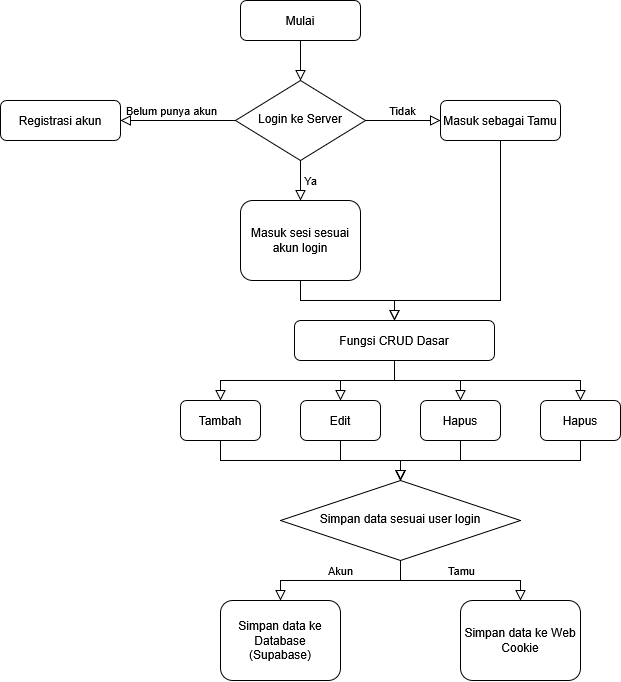
shoukelp/todo-app keeps this draw.io diagram as docs/flowchart.png. Above is the earlier version. Source tidied: cells renumbered, new cells last; positions are measured from the earlier drawing's top-left corner, leaving out a move shared by most shapes.
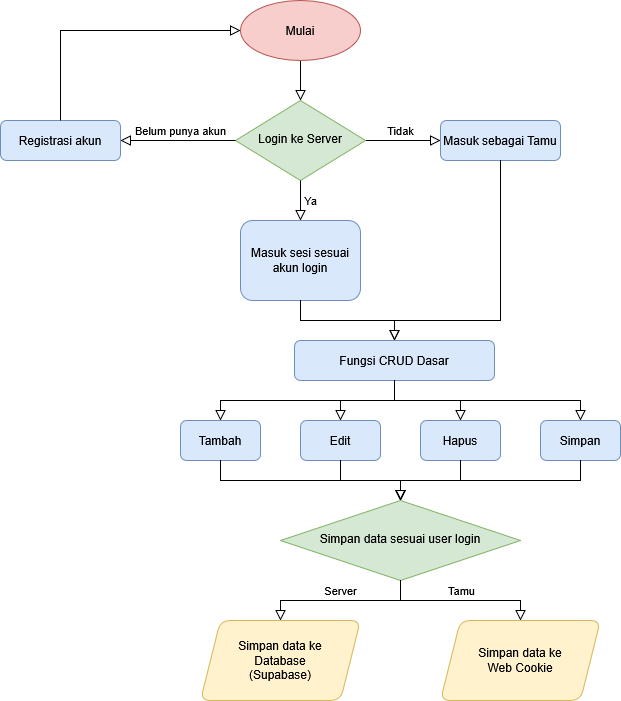
After the commit.

Change to the diagram source:
```diff
@@ -5,37 +5,34 @@
     <mxCell id="2" style="rounded=0;html=1;jettySize=auto;fontSize=11;endArrow=block;endFill=0;endSize=8;strokeWidth=1;shadow=0;labelBackgroundColor=none;edgeStyle=orthogonalEdgeStyle;" parent="1" edge="1" source="3" target="5">
       <mxGeometry relative="1" as="geometry" />
     </mxCell>
-    <mxCell id="3" value="Mulai" style="rounded=1;whiteSpace=wrap;html=1;fontSize=12;glass=0;strokeWidth=1;shadow=0;" parent="1" vertex="1">
-      <mxGeometry x="240" width="120" height="40" as="geometry" />
-    </mxCell>
     <mxCell id="4" value="Tidak" style="edgeStyle=orthogonalEdgeStyle;rounded=0;html=1;jettySize=auto;fontSize=11;endArrow=block;endFill=0;endSize=8;strokeWidth=1;shadow=0;labelBackgroundColor=none;" parent="1" edge="1" source="5" target="6">
-      <mxGeometry x="0.01" y="10" relative="1" as="geometry" />
+      <mxGeometry x="-0.07" y="10" relative="1" as="geometry" />
     </mxCell>
-    <mxCell id="5" value="Login ke Server" style="rhombus;whiteSpace=wrap;html=1;shadow=0;fontFamily=Helvetica;fontSize=12;align=center;strokeWidth=1;spacing=6;spacingTop=-4;" parent="1" vertex="1">
+    <mxCell id="5" value="Login ke Server" style="rhombus;whiteSpace=wrap;html=1;shadow=0;fontFamily=Helvetica;fontSize=12;align=center;strokeWidth=1;spacing=6;spacingTop=-4;fillColor=#d5e8d4;strokeColor=#82b366;" parent="1" vertex="1">
       <mxGeometry x="235" y="80" width="130" height="80" as="geometry" />
     </mxCell>
-    <mxCell id="6" value="Masuk sebagai Tamu" style="rounded=1;whiteSpace=wrap;html=1;fontSize=12;glass=0;strokeWidth=1;shadow=0;" parent="1" vertex="1">
+    <mxCell id="6" value="Masuk sebagai Tamu" style="rounded=1;whiteSpace=wrap;html=1;fontSize=12;glass=0;strokeWidth=1;shadow=0;fillColor=#dae8fc;strokeColor=#6c8ebf;" parent="1" vertex="1">
       <mxGeometry x="440" y="100" width="120" height="40" as="geometry" />
     </mxCell>
-    <mxCell id="7" value="Masuk sesi sesuai akun login" style="rounded=1;whiteSpace=wrap;html=1;" parent="1" vertex="1">
+    <mxCell id="7" value="Masuk sesi sesuai akun login" style="rounded=1;whiteSpace=wrap;html=1;fillColor=#dae8fc;strokeColor=#6c8ebf;" parent="1" vertex="1">
       <mxGeometry x="240" y="200" width="120" height="80" as="geometry" />
     </mxCell>
-    <mxCell id="8" value="Fungsi CRUD Dasar" style="rounded=1;whiteSpace=wrap;html=1;" parent="1" vertex="1">
+    <mxCell id="8" value="Fungsi CRUD Dasar" style="rounded=1;whiteSpace=wrap;html=1;fillColor=#dae8fc;strokeColor=#6c8ebf;" parent="1" vertex="1">
       <mxGeometry x="294" y="320" width="200" height="40" as="geometry" />
     </mxCell>
     <mxCell id="9" style="rounded=0;html=1;jettySize=auto;fontSize=11;endArrow=block;endFill=0;endSize=8;strokeWidth=1;shadow=0;labelBackgroundColor=none;edgeStyle=orthogonalEdgeStyle;exitX=0.5;exitY=1;exitDx=0;exitDy=0;entryX=0.5;entryY=0;entryDx=0;entryDy=0;" parent="1" edge="1" source="7" target="8">
       <mxGeometry relative="1" as="geometry" />
     </mxCell>
-    <mxCell id="10" value="Tambah" style="rounded=1;whiteSpace=wrap;html=1;" parent="1" vertex="1">
+    <mxCell id="10" value="Tambah" style="rounded=1;whiteSpace=wrap;html=1;fillColor=#dae8fc;strokeColor=#6c8ebf;" parent="1" vertex="1">
       <mxGeometry x="180" y="400" width="80" height="40" as="geometry" />
     </mxCell>
-    <mxCell id="11" value="Edit" style="rounded=1;whiteSpace=wrap;html=1;" parent="1" vertex="1">
+    <mxCell id="11" value="Edit" style="rounded=1;whiteSpace=wrap;html=1;fillColor=#dae8fc;strokeColor=#6c8ebf;" parent="1" vertex="1">
       <mxGeometry x="300" y="400" width="80" height="40" as="geometry" />
     </mxCell>
-    <mxCell id="12" value="Hapus" style="rounded=1;whiteSpace=wrap;html=1;" parent="1" vertex="1">
+    <mxCell id="12" value="Hapus" style="rounded=1;whiteSpace=wrap;html=1;fillColor=#dae8fc;strokeColor=#6c8ebf;" parent="1" vertex="1">
       <mxGeometry x="420" y="400" width="80" height="40" as="geometry" />
     </mxCell>
-    <mxCell id="13" value="Hapus" style="rounded=1;whiteSpace=wrap;html=1;" parent="1" vertex="1">
+    <mxCell id="13" value="Simpan" style="rounded=1;whiteSpace=wrap;html=1;fillColor=#dae8fc;strokeColor=#6c8ebf;" parent="1" vertex="1">
       <mxGeometry x="540" y="400" width="80" height="40" as="geometry" />
     </mxCell>
     <mxCell id="14" style="rounded=0;html=1;jettySize=auto;fontSize=11;endArrow=block;endFill=0;endSize=8;strokeWidth=1;shadow=0;labelBackgroundColor=none;edgeStyle=orthogonalEdgeStyle;exitX=0.5;exitY=1;exitDx=0;exitDy=0;entryX=0.5;entryY=0;entryDx=0;entryDy=0;" parent="1" edge="1" source="8" target="10">
@@ -50,7 +47,7 @@
     <mxCell id="17" style="rounded=0;html=1;jettySize=auto;fontSize=11;endArrow=block;endFill=0;endSize=8;strokeWidth=1;shadow=0;labelBackgroundColor=none;edgeStyle=orthogonalEdgeStyle;exitX=0.5;exitY=1;exitDx=0;exitDy=0;entryX=0.5;entryY=0;entryDx=0;entryDy=0;" parent="1" edge="1" source="8" target="13">
       <mxGeometry relative="1" as="geometry" />
     </mxCell>
-    <mxCell id="18" value="Simpan data sesuai user login" style="rhombus;whiteSpace=wrap;html=1;shadow=0;fontFamily=Helvetica;fontSize=12;align=center;strokeWidth=1;spacing=6;spacingTop=-4;" parent="1" vertex="1">
+    <mxCell id="18" value="Simpan data sesuai user login" style="rhombus;whiteSpace=wrap;html=1;shadow=0;fontFamily=Helvetica;fontSize=12;align=center;strokeWidth=1;spacing=6;spacingTop=-4;fillColor=#d5e8d4;strokeColor=#82b366;" parent="1" vertex="1">
       <mxGeometry x="280" y="480" width="240" height="80" as="geometry" />
     </mxCell>
     <mxCell id="19" style="rounded=0;html=1;jettySize=auto;fontSize=11;endArrow=block;endFill=0;endSize=8;strokeWidth=1;shadow=0;labelBackgroundColor=none;edgeStyle=orthogonalEdgeStyle;exitX=0.5;exitY=1;exitDx=0;exitDy=0;entryX=0.5;entryY=0;entryDx=0;entryDy=0;" parent="1" edge="1" source="10" target="18">
@@ -65,8 +62,8 @@
     <mxCell id="22" style="rounded=0;html=1;jettySize=auto;fontSize=11;endArrow=block;endFill=0;endSize=8;strokeWidth=1;shadow=0;labelBackgroundColor=none;edgeStyle=orthogonalEdgeStyle;exitX=0.5;exitY=1;exitDx=0;exitDy=0;entryX=0.5;entryY=0;entryDx=0;entryDy=0;" parent="1" edge="1" source="13" target="18">
       <mxGeometry relative="1" as="geometry" />
     </mxCell>
-    <mxCell id="23" value="&lt;div&gt;Simpan data ke Database&lt;/div&gt;&lt;div&gt;(Supabase)&lt;/div&gt;" style="rounded=1;whiteSpace=wrap;html=1;" parent="1" vertex="1">
-      <mxGeometry x="220" y="600" width="120" height="80" as="geometry" />
+    <mxCell id="23" value="&lt;div&gt;Simpan data ke&lt;/div&gt;&lt;div&gt;Database&lt;/div&gt;&lt;div&gt;(Supabase)&lt;/div&gt;" style="rounded=1;whiteSpace=wrap;html=1;fillColor=#fff2cc;strokeColor=#d6b656;shape=parallelogram;perimeter=parallelogramPerimeter;fixedSize=1;" parent="1" vertex="1">
+      <mxGeometry x="200" y="600" width="160" height="80" as="geometry" />
     </mxCell>
     <mxCell id="24" style="rounded=0;html=1;jettySize=auto;fontSize=11;endArrow=block;endFill=0;endSize=8;strokeWidth=1;shadow=0;labelBackgroundColor=none;edgeStyle=orthogonalEdgeStyle;exitX=0.5;exitY=1;exitDx=0;exitDy=0;" parent="1" edge="1" source="6" target="8">
       <mxGeometry relative="1" as="geometry">
@@ -76,23 +73,33 @@
         </Array>
       </mxGeometry>
     </mxCell>
-    <mxCell id="25" value="Registrasi akun" style="rounded=1;whiteSpace=wrap;html=1;" parent="1" vertex="1">
+    <mxCell id="25" value="Registrasi akun" style="rounded=1;whiteSpace=wrap;html=1;fillColor=#dae8fc;strokeColor=#6c8ebf;" parent="1" vertex="1">
       <mxGeometry y="100" width="120" height="40" as="geometry" />
     </mxCell>
     <mxCell id="26" value="Ya" style="edgeStyle=orthogonalEdgeStyle;rounded=0;html=1;jettySize=auto;fontSize=11;endArrow=block;endFill=0;endSize=8;strokeWidth=1;shadow=0;labelBackgroundColor=none;exitX=0.5;exitY=1;exitDx=0;exitDy=0;" parent="1" edge="1" source="5" target="7">
       <mxGeometry y="10" relative="1" as="geometry" />
     </mxCell>
     <mxCell id="27" value="Belum punya akun" style="edgeStyle=orthogonalEdgeStyle;rounded=0;html=1;jettySize=auto;fontSize=11;endArrow=block;endFill=0;endSize=8;strokeWidth=1;shadow=0;labelBackgroundColor=none;entryX=1;entryY=0.5;entryDx=0;entryDy=0;" parent="1" edge="1" source="5" target="25">
-      <mxGeometry x="0.11" y="-10" relative="1" as="geometry" />
+      <mxGeometry x="-0.04" y="-10" relative="1" as="geometry" />
     </mxCell>
-    <mxCell id="28" value="&lt;div&gt;Simpan data ke Web Cookie&lt;/div&gt;" style="rounded=1;whiteSpace=wrap;html=1;" parent="1" vertex="1">
-      <mxGeometry x="460" y="600" width="120" height="80" as="geometry" />
+    <mxCell id="28" value="&lt;div&gt;Simpan data ke&lt;/div&gt;&lt;div&gt;Web Cookie&lt;/div&gt;" style="rounded=1;whiteSpace=wrap;html=1;fillColor=#fff2cc;strokeColor=#d6b656;shape=parallelogram;perimeter=parallelogramPerimeter;fixedSize=1;" parent="1" vertex="1">
+      <mxGeometry x="440" y="600" width="160" height="80" as="geometry" />
     </mxCell>
     <mxCell id="29" value="Tamu" style="edgeStyle=orthogonalEdgeStyle;rounded=0;html=1;jettySize=auto;fontSize=11;endArrow=block;endFill=0;endSize=8;strokeWidth=1;shadow=0;labelBackgroundColor=none;exitX=0.5;exitY=1;exitDx=0;exitDy=0;" parent="1" edge="1" source="18" target="28">
       <mxGeometry x="0.01" y="10" relative="1" as="geometry" />
     </mxCell>
-    <mxCell id="30" value="Akun" style="edgeStyle=orthogonalEdgeStyle;rounded=0;html=1;jettySize=auto;fontSize=11;endArrow=block;endFill=0;endSize=8;strokeWidth=1;shadow=0;labelBackgroundColor=none;" parent="1" edge="1" source="18" target="23">
+    <mxCell id="30" value="Server" style="edgeStyle=orthogonalEdgeStyle;rounded=0;html=1;jettySize=auto;fontSize=11;endArrow=block;endFill=0;endSize=8;strokeWidth=1;shadow=0;labelBackgroundColor=none;" parent="1" edge="1" source="18" target="23">
       <mxGeometry y="-10" relative="1" as="geometry" />
     </mxCell>
+    <mxCell id="3" value="Mulai" style="ellipse;whiteSpace=wrap;html=1;fillColor=#f8cecc;strokeColor=#b85450;" parent="1" vertex="1">
+      <mxGeometry x="240" y="-20" width="120" height="60" as="geometry" />
+    </mxCell>
+    <mxCell id="31" style="rounded=0;html=1;jettySize=auto;fontSize=11;endArrow=block;endFill=0;endSize=8;strokeWidth=1;shadow=0;labelBackgroundColor=none;edgeStyle=orthogonalEdgeStyle;exitX=0.5;exitY=0;exitDx=0;exitDy=0;" parent="1" edge="1" source="25" target="3">
+      <mxGeometry relative="1" as="geometry">
+        <Array as="points">
+          <mxPoint x="60" y="10" />
+        </Array>
+      </mxGeometry>
+    </mxCell>
   </root>
 </mxGraphModel>
```
